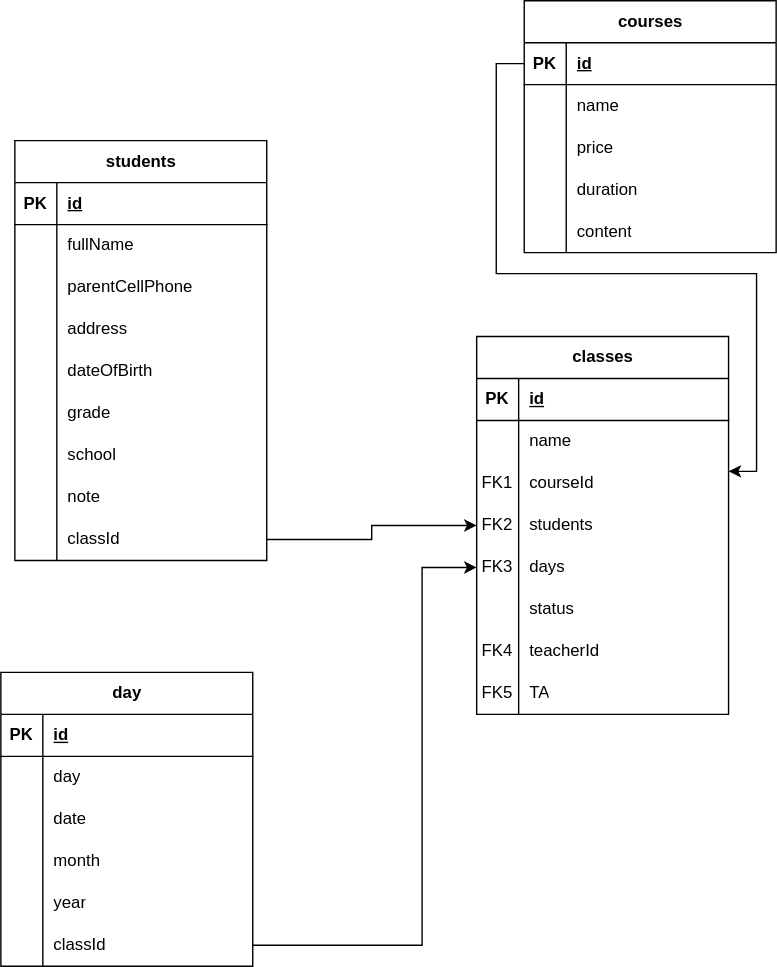
Before: school manager.drawio.svg, a diagram exported from draw.io (VinhQua/school-manager). Source tidied: cells renumbered, new cells last; positions are measured from the earlier drawing's top-left corner, leaving out a move shared by most shapes.
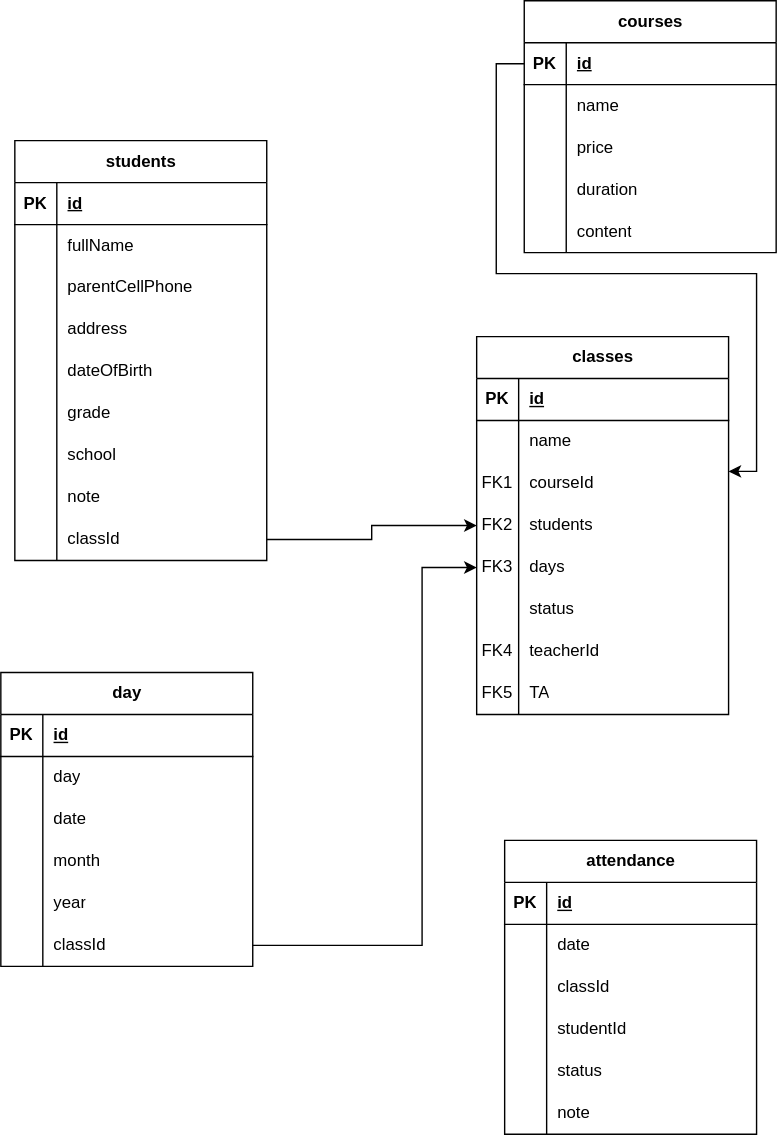
Later version of the same file.

Commit message:
Cập nhật school manager.drawio.svg

Change to the diagram source:
```diff
@@ -280,5 +280,62 @@
     <mxCell id="92" style="edgeStyle=orthogonalEdgeStyle;rounded=0;jettySize=auto;html=1;entryX=0;entryY=0.5;entryDx=0;entryDy=0;" parent="1" edge="1" source="89" target="29">
       <mxGeometry relative="1" as="geometry" />
     </mxCell>
+    <mxCell id="93" value="attendance" style="shape=table;startSize=30;rowLines=0;fontStyle=1;align=center;html=1;" parent="1" vertex="1">
+      <mxGeometry x="360" y="600" width="180" height="210" as="geometry" />
+    </mxCell>
+    <mxCell id="94" style="shape=tableRow;horizontal=0;startSize=0;swimlaneHead=0;swimlaneBody=0;fillColor=none;top=0;left=0;right=0;bottom=1;" parent="93" vertex="1">
+      <mxGeometry y="30" width="180" height="30" as="geometry" />
+    </mxCell>
+    <mxCell id="95" value="PK" style="shape=partialRectangle;fillColor=none;top=0;left=0;bottom=0;right=0;fontStyle=1;overflow=hidden;whiteSpace=wrap;html=1;" parent="94" vertex="1">
+      <mxGeometry width="30" height="30" as="geometry" />
+    </mxCell>
+    <mxCell id="96" value="id" style="shape=partialRectangle;fillColor=none;top=0;left=0;bottom=0;right=0;align=left;spacingLeft=6;fontStyle=5;overflow=hidden;whiteSpace=wrap;html=1;" parent="94" vertex="1">
+      <mxGeometry x="30" width="150" height="30" as="geometry" />
+    </mxCell>
+    <mxCell id="97" style="shape=tableRow;horizontal=0;startSize=0;swimlaneHead=0;swimlaneBody=0;fillColor=none;top=0;left=0;right=0;bottom=0;" parent="93" vertex="1">
+      <mxGeometry y="60" width="180" height="30" as="geometry" />
+    </mxCell>
+    <mxCell id="98" style="shape=partialRectangle;fillColor=none;top=0;left=0;bottom=0;right=0;overflow=hidden;whiteSpace=wrap;html=1;" parent="97" vertex="1">
+      <mxGeometry width="30" height="30" as="geometry" />
+    </mxCell>
+    <mxCell id="99" value="date" style="shape=partialRectangle;fillColor=none;top=0;left=0;bottom=0;right=0;align=left;spacingLeft=6;overflow=hidden;whiteSpace=wrap;html=1;" parent="97" vertex="1">
+      <mxGeometry x="30" width="150" height="30" as="geometry" />
+    </mxCell>
+    <mxCell id="100" style="shape=tableRow;horizontal=0;startSize=0;swimlaneHead=0;swimlaneBody=0;fillColor=none;top=0;left=0;right=0;bottom=0;" parent="93" vertex="1">
+      <mxGeometry y="90" width="180" height="30" as="geometry" />
+    </mxCell>
+    <mxCell id="101" style="shape=partialRectangle;fillColor=none;top=0;left=0;bottom=0;right=0;overflow=hidden;whiteSpace=wrap;html=1;" parent="100" vertex="1">
+      <mxGeometry width="30" height="30" as="geometry" />
+    </mxCell>
+    <mxCell id="102" value="classId" style="shape=partialRectangle;fillColor=none;top=0;left=0;bottom=0;right=0;align=left;spacingLeft=6;overflow=hidden;whiteSpace=wrap;html=1;" parent="100" vertex="1">
+      <mxGeometry x="30" width="150" height="30" as="geometry" />
+    </mxCell>
+    <mxCell id="103" style="shape=tableRow;horizontal=0;startSize=0;swimlaneHead=0;swimlaneBody=0;fillColor=none;top=0;left=0;right=0;bottom=0;" parent="93" vertex="1">
+      <mxGeometry y="120" width="180" height="30" as="geometry" />
+    </mxCell>
+    <mxCell id="104" style="shape=partialRectangle;fillColor=none;top=0;left=0;bottom=0;right=0;overflow=hidden;whiteSpace=wrap;html=1;" parent="103" vertex="1">
+      <mxGeometry width="30" height="30" as="geometry" />
+    </mxCell>
+    <mxCell id="105" value="studentId" style="shape=partialRectangle;fillColor=none;top=0;left=0;bottom=0;right=0;align=left;spacingLeft=6;overflow=hidden;whiteSpace=wrap;html=1;" parent="103" vertex="1">
+      <mxGeometry x="30" width="150" height="30" as="geometry" />
+    </mxCell>
+    <mxCell id="106" style="shape=tableRow;horizontal=0;startSize=0;swimlaneHead=0;swimlaneBody=0;fillColor=none;top=0;left=0;right=0;bottom=0;" parent="93" vertex="1">
+      <mxGeometry y="150" width="180" height="30" as="geometry" />
+    </mxCell>
+    <mxCell id="107" style="shape=partialRectangle;fillColor=none;top=0;left=0;bottom=0;right=0;overflow=hidden;whiteSpace=wrap;html=1;" parent="106" vertex="1">
+      <mxGeometry width="30" height="30" as="geometry" />
+    </mxCell>
+    <mxCell id="108" value="status" style="shape=partialRectangle;fillColor=none;top=0;left=0;bottom=0;right=0;align=left;spacingLeft=6;overflow=hidden;whiteSpace=wrap;html=1;" parent="106" vertex="1">
+      <mxGeometry x="30" width="150" height="30" as="geometry" />
+    </mxCell>
+    <mxCell id="109" style="shape=tableRow;horizontal=0;startSize=0;swimlaneHead=0;swimlaneBody=0;fillColor=none;top=0;left=0;right=0;bottom=0;" parent="93" vertex="1">
+      <mxGeometry y="180" width="180" height="30" as="geometry" />
+    </mxCell>
+    <mxCell id="110" style="shape=partialRectangle;fillColor=none;top=0;left=0;bottom=0;right=0;overflow=hidden;whiteSpace=wrap;html=1;" parent="109" vertex="1">
+      <mxGeometry width="30" height="30" as="geometry" />
+    </mxCell>
+    <mxCell id="111" value="note" style="shape=partialRectangle;fillColor=none;top=0;left=0;bottom=0;right=0;align=left;spacingLeft=6;overflow=hidden;whiteSpace=wrap;html=1;" parent="109" vertex="1">
+      <mxGeometry x="30" width="150" height="30" as="geometry" />
+    </mxCell>
   </root>
 </mxGraphModel>
```
